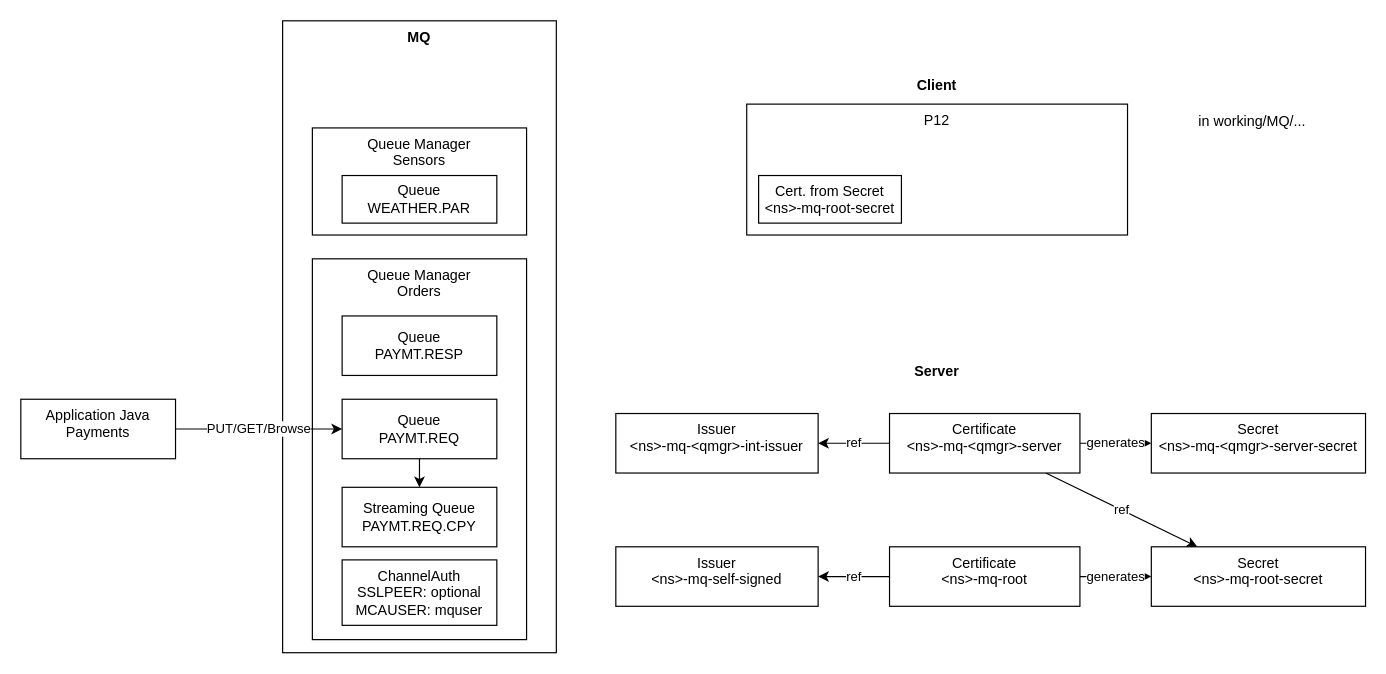
Above: page "MQ Simple" (15 of 16) of doc/design.drawio in ADesprets/cp4i-install (draw.io), before the change. Source tidied: cells renumbered, new cells numbered last; positions are measured from the earlier drawing's top-left corner, leaving out a move shared by most shapes. Both pictures are drawn from the tidied source at 119%, with x=0, y=0 at pixel (20, 20).
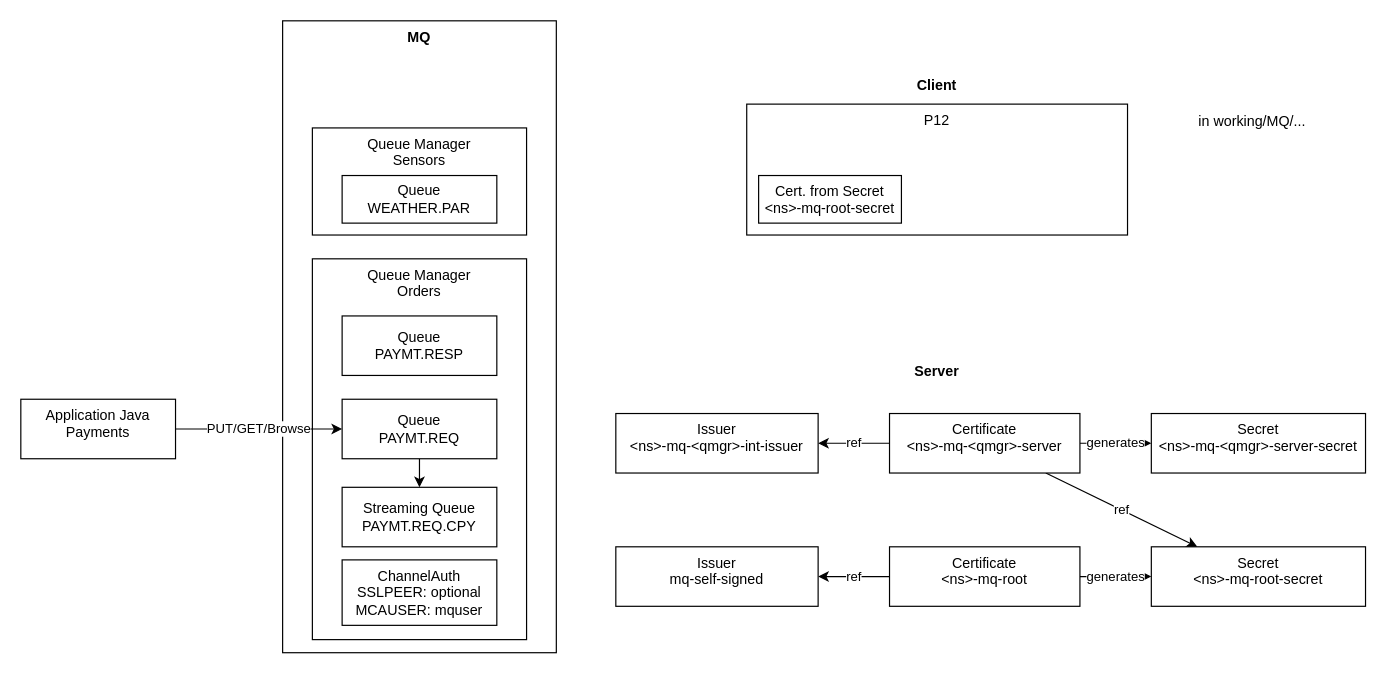
The same diagram, later.

What changed in the source:
```diff
@@
-    <mxCell id="21" value="Issuer&lt;div&gt;&amp;lt;ns&amp;gt;-mq-self-signed&lt;/div&gt;" style="rounded=0;whiteSpace=wrap;html=1;verticalAlign=top;" parent="1" vertex="1">
+    <mxCell id="21" value="Issuer&lt;div&gt;mq-self-signed&lt;/div&gt;" style="rounded=0;whiteSpace=wrap;html=1;verticalAlign=top;" parent="1" vertex="1">
       <mxGeometry x="500" y="442" width="170" height="50" as="geometry" />
     </mxCell>
```
